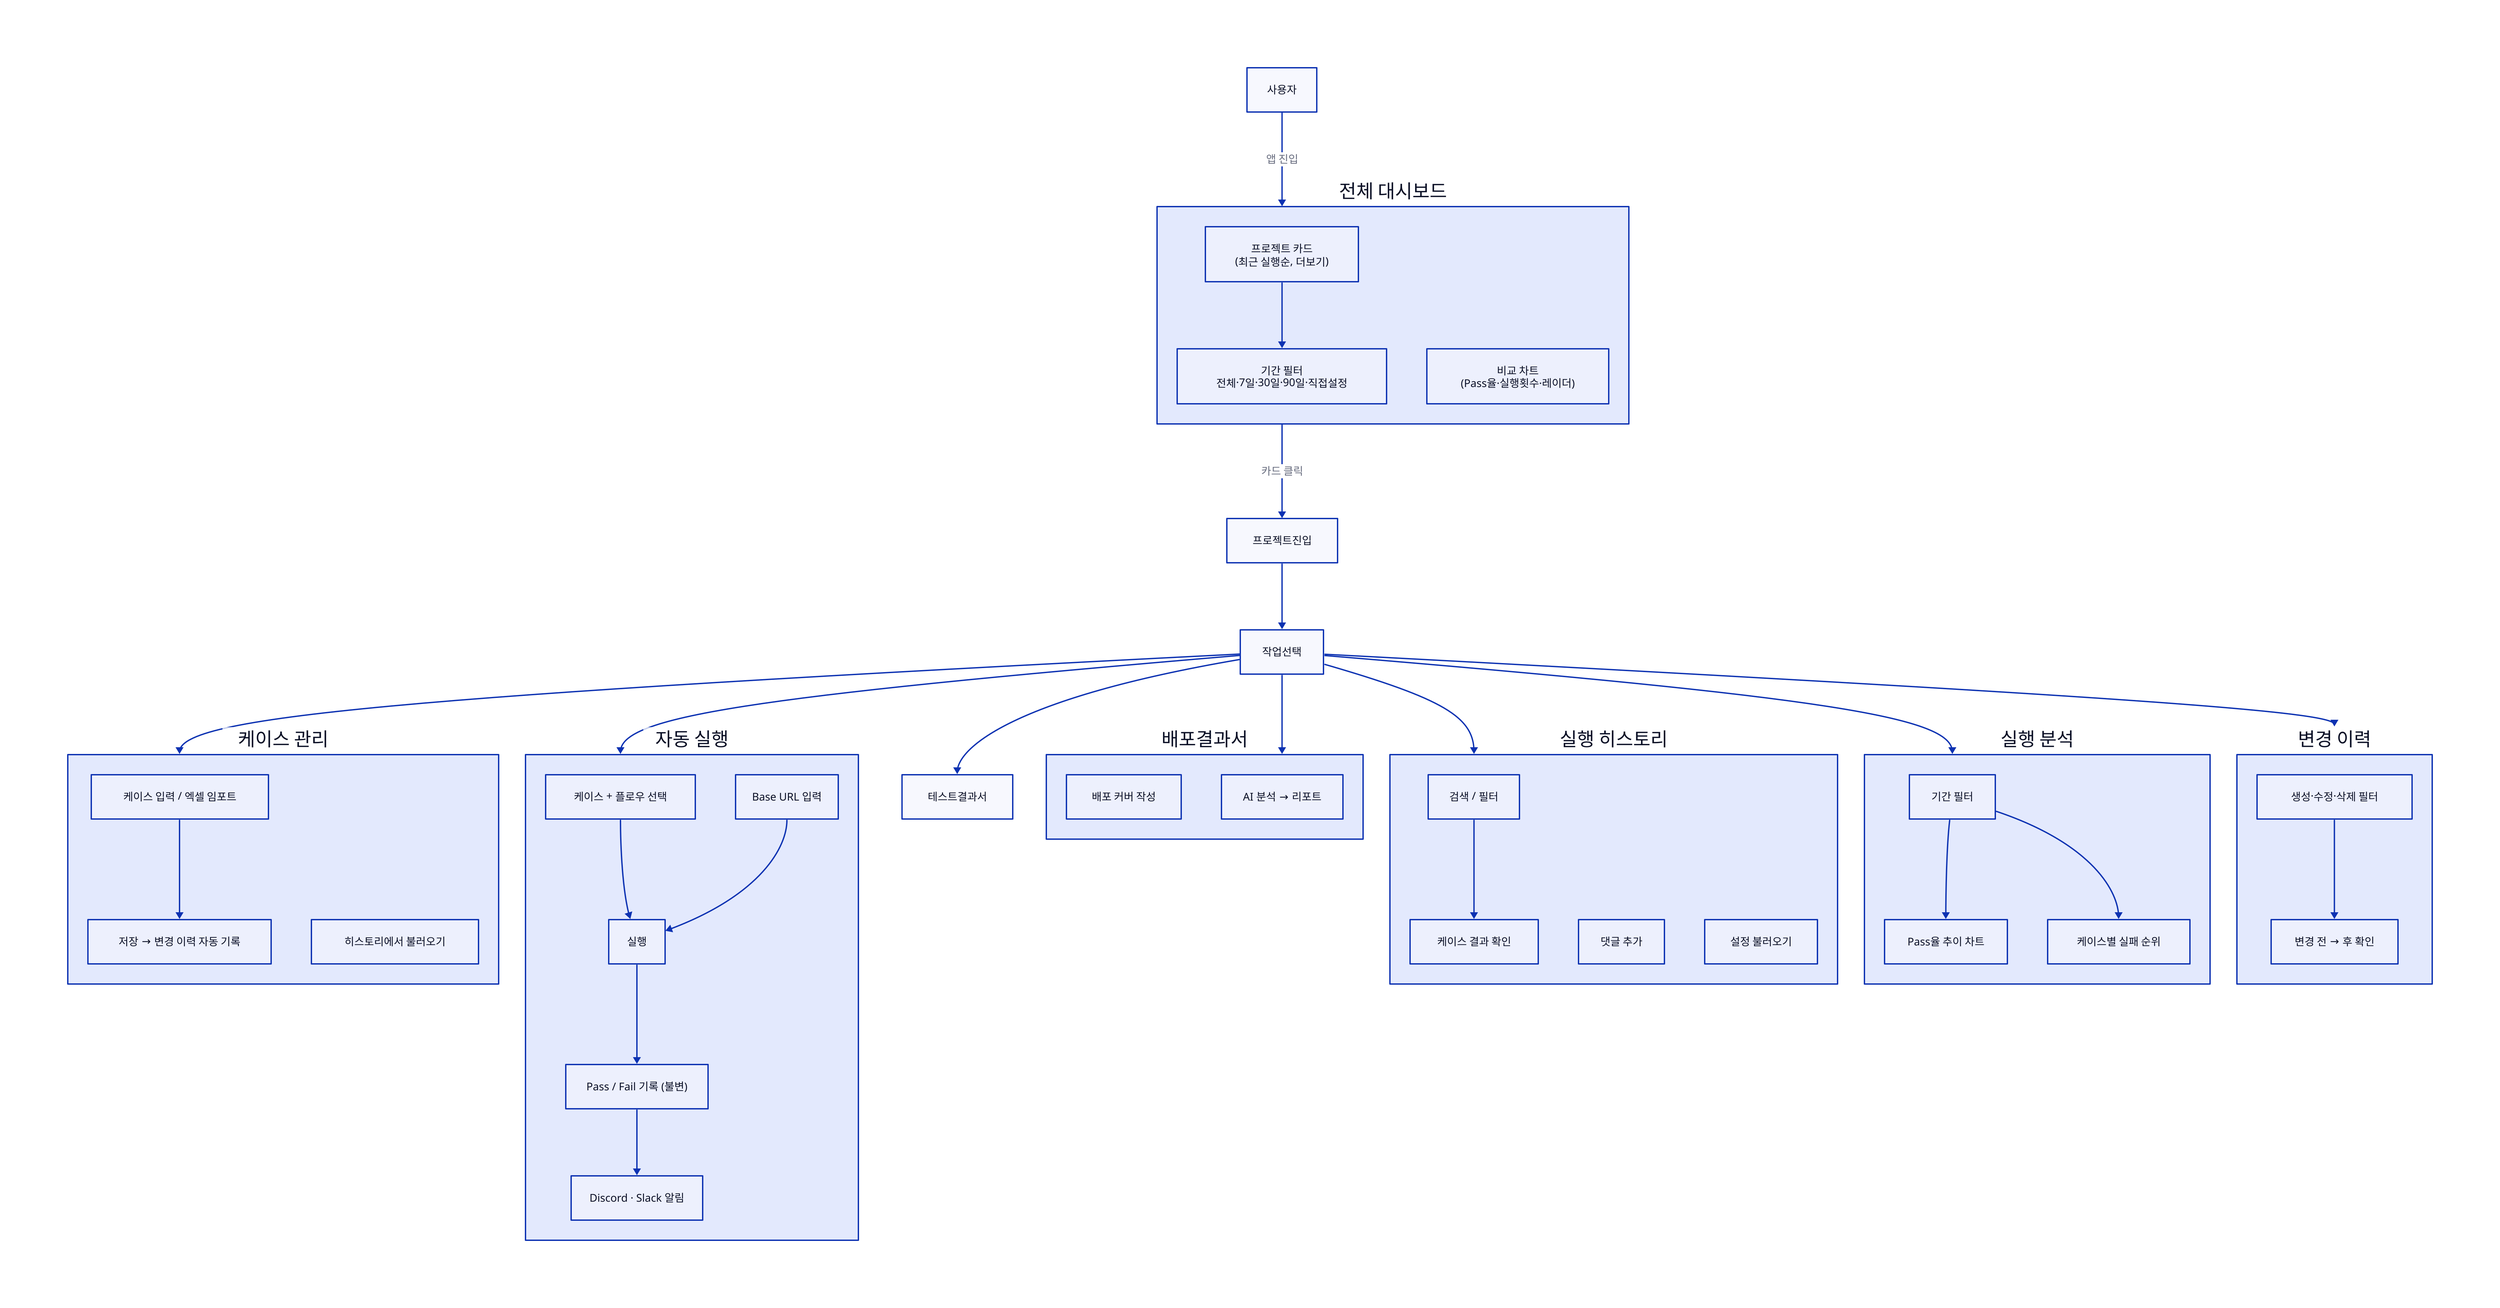
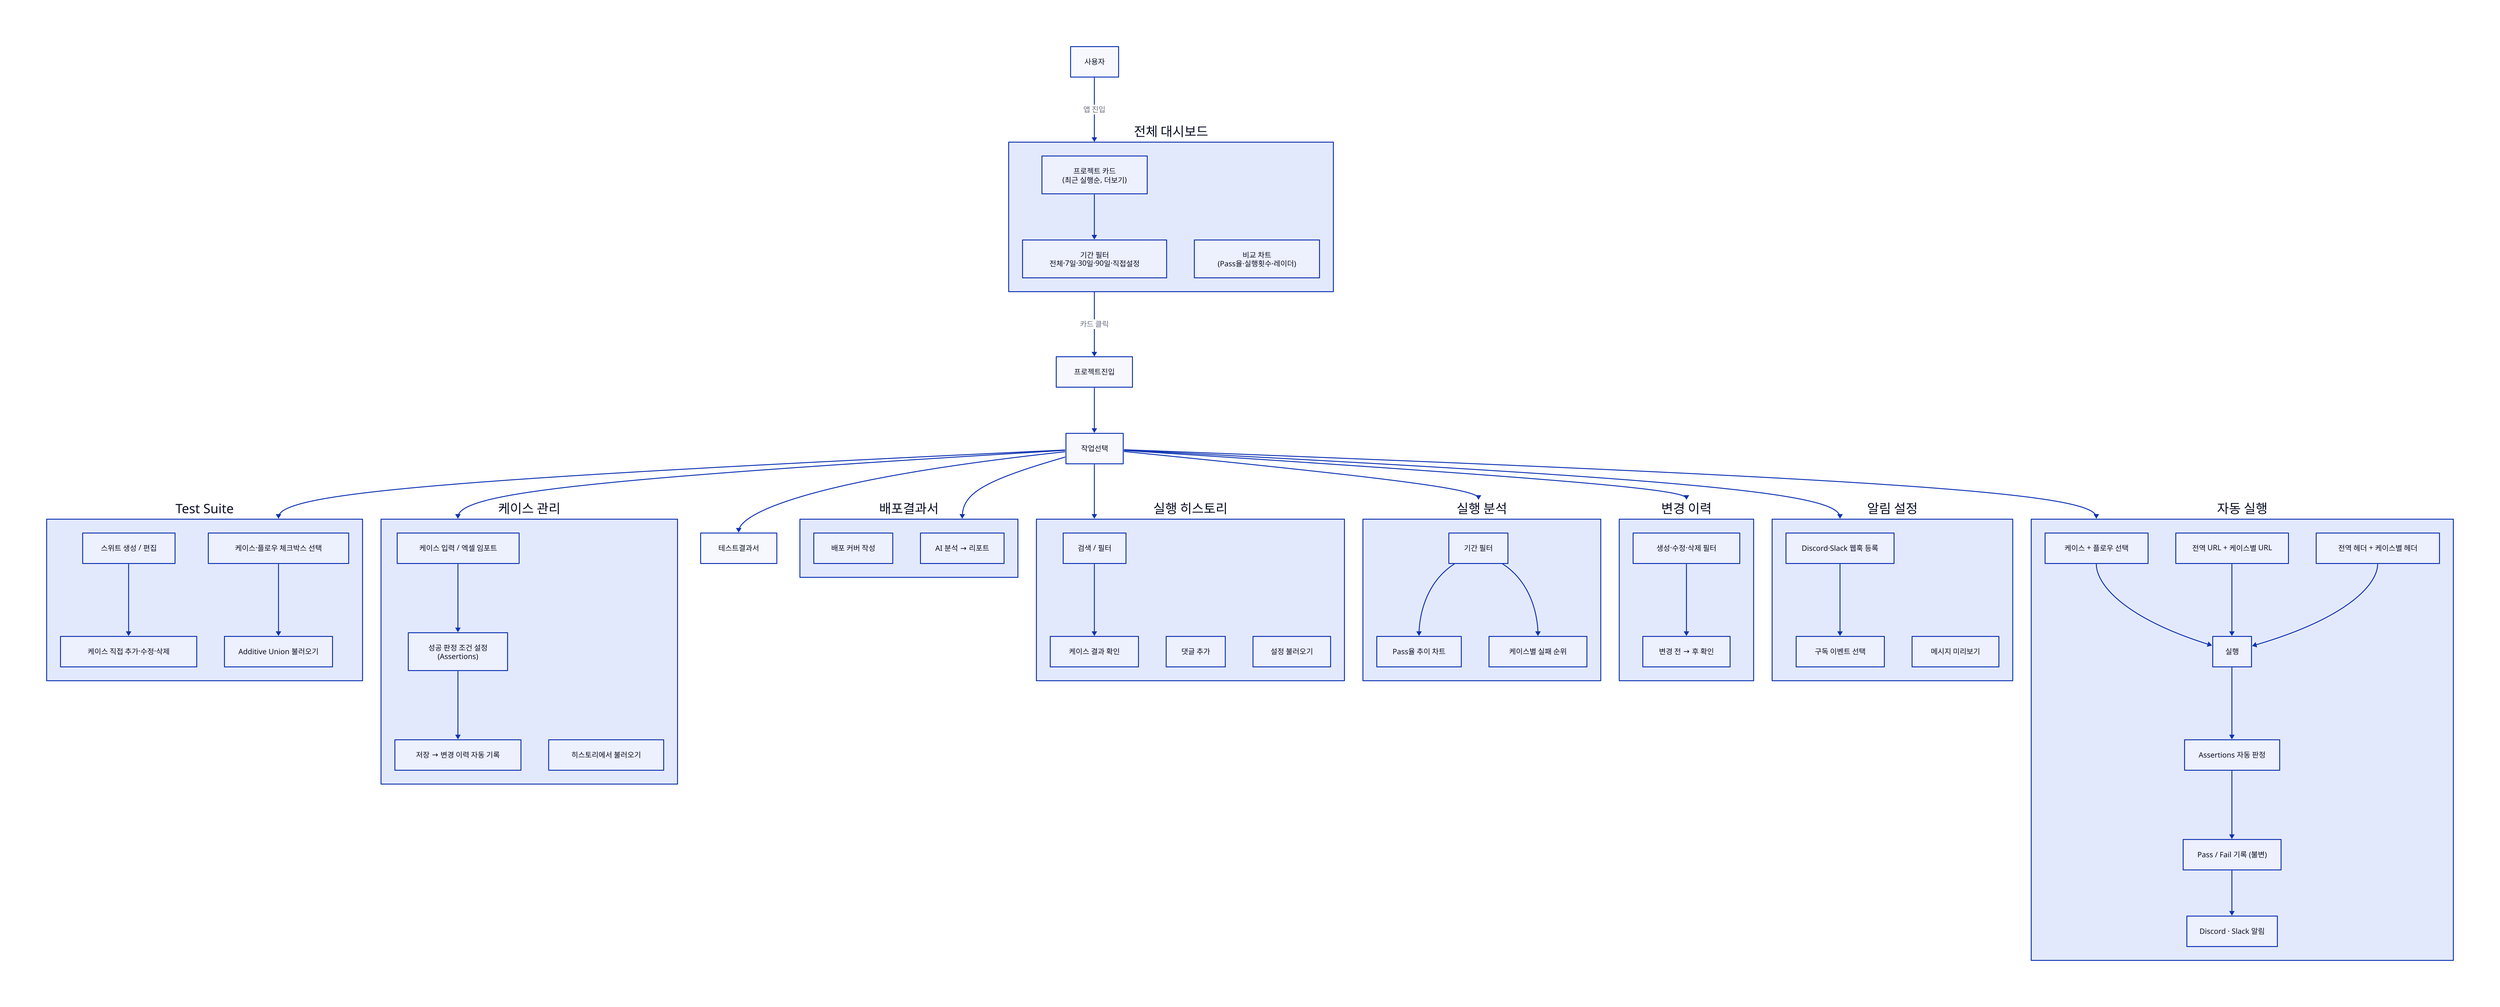
direction: down

사용자 -> 대시보드: 앱 진입
대시보드: 전체 대시보드 {
  카드목록: 프로젝트 카드\n(최근 실행순, 더보기)
  기간필터: 기간 필터\n전체·7일·30일·90일·직접설정
  비교차트: 비교 차트\n(Pass율·실행횟수·레이더)
  카드목록 -> 기간필터
}

대시보드 -> 프로젝트진입: 카드 클릭

프로젝트진입 -> 작업선택

+ 작업선택 -> 스위트관리
작업선택 -> 케이스관리
작업선택 -> 자동실행
작업선택 -> 실행히스토리
작업선택 -> 실행분석
작업선택 -> 변경이력
작업선택 -> 테스트결과서
작업선택 -> 배포결과서
+ 작업선택 -> 알림설정
+ 
+ 스위트관리: Test Suite {
+   생성: 스위트 생성 / 편집
+   케이스직접: 케이스 직접 추가·수정·삭제
+   체크박스: 케이스·플로우 체크박스 선택
+   불러오기: Additive Union 불러오기
+   생성 -> 케이스직접
+   체크박스 -> 불러오기
+ }

케이스관리: 케이스 관리 {
  입력: 케이스 입력 / 엑셀 임포트
+   assertion: 성공 판정 조건 설정\n(Assertions)
  저장: 저장 → 변경 이력 자동 기록
  복원: 히스토리에서 불러오기
-   입력 -> 저장
+   입력 -> assertion -> 저장
}

자동실행: 자동 실행 {
  선택: 케이스 + 플로우 선택
-   URL: Base URL 입력
+   URL: 전역 URL + 케이스별 URL
+   헤더: 전역 헤더 + 케이스별 헤더
  실행: 실행
+   판정: Assertions 자동 판정
  결과: Pass / Fail 기록 (불변)
-   알림: Discord · Slack 알림
+   알림발송: Discord · Slack 알림
  선택 -> 실행
  URL -> 실행
-   실행 -> 결과 -> 알림
+   헤더 -> 실행
+   실행 -> 판정 -> 결과 -> 알림발송
}

실행히스토리: 실행 히스토리 {
  검색: 검색 / 필터
  결과: 케이스 결과 확인
  댓글: 댓글 추가
  복원: 설정 불러오기
  검색 -> 결과
}

실행분석: 실행 분석 {
  기간: 기간 필터
  추이: Pass율 추이 차트
  순위: 케이스별 실패 순위
  기간 -> 추이
  기간 -> 순위
}

변경이력: 변경 이력 {
  필터: 생성·수정·삭제 필터
  상세: 변경 전 → 후 확인
  필터 -> 상세
}

배포결과서: 배포결과서 {
  작성: 배포 커버 작성
  AI: AI 분석 → 리포트
}
+ 
+ 알림설정: 알림 설정 {
+   등록: Discord·Slack 웹훅 등록
+   이벤트: 구독 이벤트 선택
+   미리보기: 메시지 미리보기
+   등록 -> 이벤트
+ }
